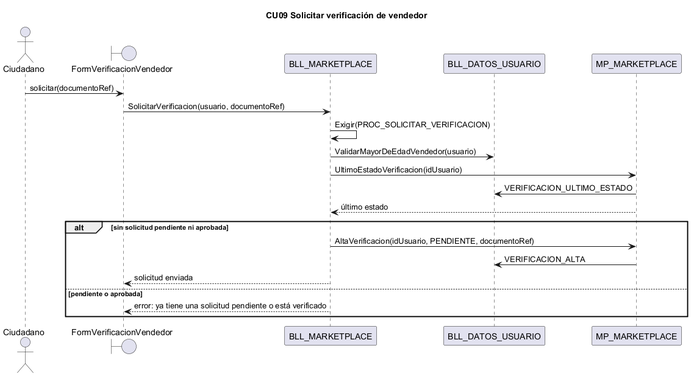
Above: docs/diagramas/secuencias_png/CU09.png in L-Muniz/uai-diploma_2026 (PlantUML), before the change.
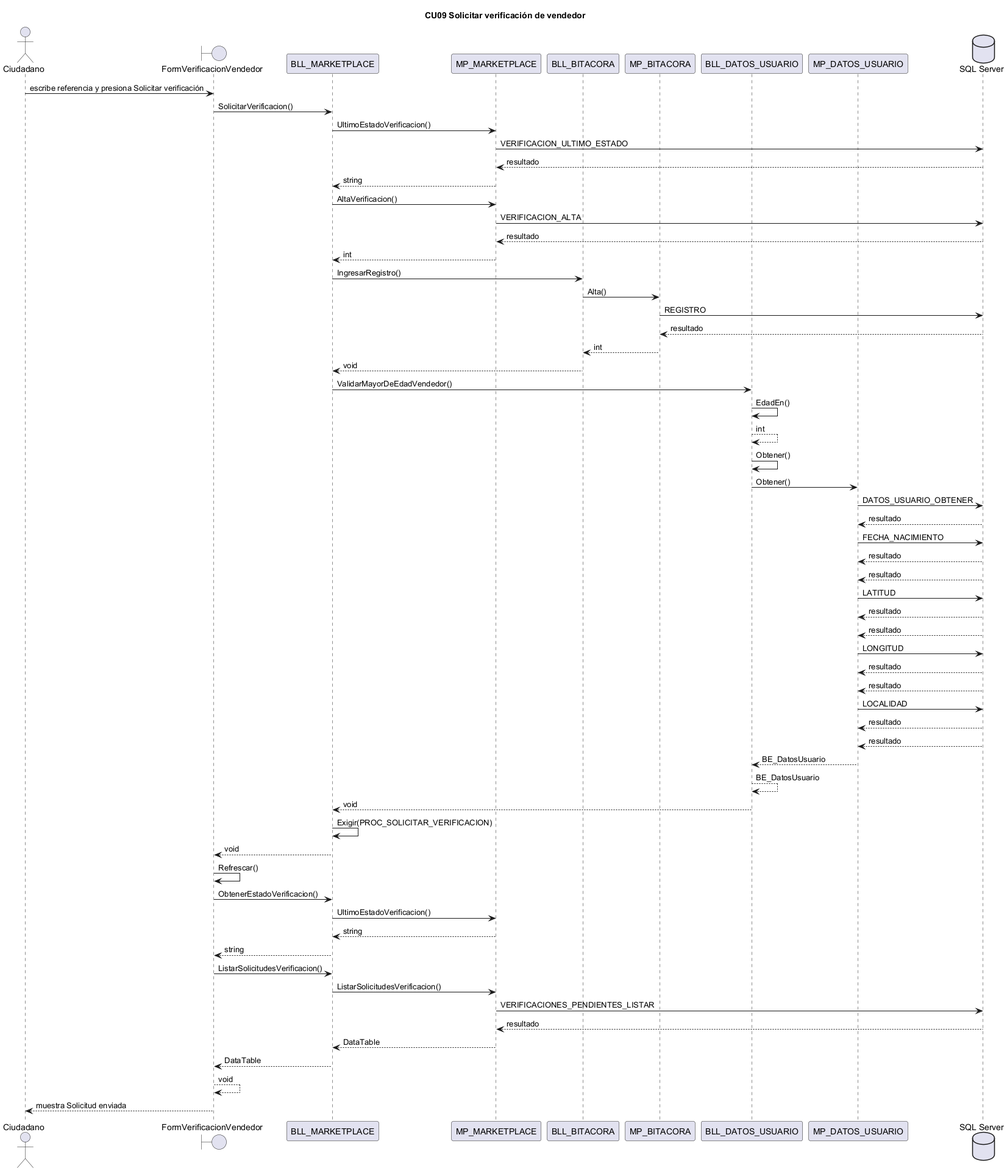
Later version of the same file.

Diff of the diagram source:
```diff
@@ -1,22 +1,65 @@
 @startuml CU09
 title CU09 Solicitar verificación de vendedor
-actor Ciudadano
-boundary "FormVerificacionVendedor" as IU
-participant "BLL_MARKETPLACE" as BLL
-participant "BLL_DATOS_USUARIO" as BD
-participant "MP_MARKETPLACE" as DAL
-Ciudadano -> IU : solicitar(documentoRef)
-IU -> BLL : SolicitarVerificacion(usuario, documentoRef)
-BLL -> BLL : Exigir(PROC_SOLICITAR_VERIFICACION)
-BLL -> BD : ValidarMayorDeEdadVendedor(usuario)
-BLL -> DAL : UltimoEstadoVerificacion(idUsuario)
-DAL -> BD : VERIFICACION_ULTIMO_ESTADO
-DAL --> BLL : último estado
-alt sin solicitud pendiente ni aprobada
-  BLL -> DAL : AltaVerificacion(idUsuario, PENDIENTE, documentoRef)
-DAL -> BD : VERIFICACION_ALTA
-  BLL --> IU : solicitud enviada
-else pendiente o aprobada
-  BLL --> IU : error: ya tiene una solicitud pendiente o está verificado
-end
+actor "Ciudadano" as ACT
+boundary FormVerificacionVendedor
+participant BLL_MARKETPLACE
+participant MP_MARKETPLACE
+participant BLL_BITACORA
+participant MP_BITACORA
+participant BLL_DATOS_USUARIO
+participant MP_DATOS_USUARIO
+database "SQL Server" as BD
+ACT -> FormVerificacionVendedor : escribe referencia y presiona Solicitar verificación
+FormVerificacionVendedor -> BLL_MARKETPLACE : SolicitarVerificacion()
+BLL_MARKETPLACE -> MP_MARKETPLACE : UltimoEstadoVerificacion()
+MP_MARKETPLACE -> BD : VERIFICACION_ULTIMO_ESTADO
+BD --> MP_MARKETPLACE : resultado
+MP_MARKETPLACE --> BLL_MARKETPLACE : string
+BLL_MARKETPLACE -> MP_MARKETPLACE : AltaVerificacion()
+MP_MARKETPLACE -> BD : VERIFICACION_ALTA
+BD --> MP_MARKETPLACE : resultado
+MP_MARKETPLACE --> BLL_MARKETPLACE : int
+BLL_MARKETPLACE -> BLL_BITACORA : IngresarRegistro()
+BLL_BITACORA -> MP_BITACORA : Alta()
+MP_BITACORA -> BD : REGISTRO
+BD --> MP_BITACORA : resultado
+MP_BITACORA --> BLL_BITACORA : int
+BLL_BITACORA --> BLL_MARKETPLACE : void
+BLL_MARKETPLACE -> BLL_DATOS_USUARIO : ValidarMayorDeEdadVendedor()
+BLL_DATOS_USUARIO -> BLL_DATOS_USUARIO : EdadEn()
+BLL_DATOS_USUARIO --> BLL_DATOS_USUARIO : int
+BLL_DATOS_USUARIO -> BLL_DATOS_USUARIO : Obtener()
+BLL_DATOS_USUARIO -> MP_DATOS_USUARIO : Obtener()
+MP_DATOS_USUARIO -> BD : DATOS_USUARIO_OBTENER
+BD --> MP_DATOS_USUARIO : resultado
+MP_DATOS_USUARIO -> BD : FECHA_NACIMIENTO
+BD --> MP_DATOS_USUARIO : resultado
+BD --> MP_DATOS_USUARIO : resultado
+MP_DATOS_USUARIO -> BD : LATITUD
+BD --> MP_DATOS_USUARIO : resultado
+BD --> MP_DATOS_USUARIO : resultado
+MP_DATOS_USUARIO -> BD : LONGITUD
+BD --> MP_DATOS_USUARIO : resultado
+BD --> MP_DATOS_USUARIO : resultado
+MP_DATOS_USUARIO -> BD : LOCALIDAD
+BD --> MP_DATOS_USUARIO : resultado
+BD --> MP_DATOS_USUARIO : resultado
+MP_DATOS_USUARIO --> BLL_DATOS_USUARIO : BE_DatosUsuario
+BLL_DATOS_USUARIO --> BLL_DATOS_USUARIO : BE_DatosUsuario
+BLL_DATOS_USUARIO --> BLL_MARKETPLACE : void
+BLL_MARKETPLACE -> BLL_MARKETPLACE : Exigir(PROC_SOLICITAR_VERIFICACION)
+BLL_MARKETPLACE --> FormVerificacionVendedor : void
+FormVerificacionVendedor -> FormVerificacionVendedor : Refrescar()
+FormVerificacionVendedor -> BLL_MARKETPLACE : ObtenerEstadoVerificacion()
+BLL_MARKETPLACE -> MP_MARKETPLACE : UltimoEstadoVerificacion()
+MP_MARKETPLACE --> BLL_MARKETPLACE : string
+BLL_MARKETPLACE --> FormVerificacionVendedor : string
+FormVerificacionVendedor -> BLL_MARKETPLACE : ListarSolicitudesVerificacion()
+BLL_MARKETPLACE -> MP_MARKETPLACE : ListarSolicitudesVerificacion()
+MP_MARKETPLACE -> BD : VERIFICACIONES_PENDIENTES_LISTAR
+BD --> MP_MARKETPLACE : resultado
+MP_MARKETPLACE --> BLL_MARKETPLACE : DataTable
+BLL_MARKETPLACE --> FormVerificacionVendedor : DataTable
+FormVerificacionVendedor --> FormVerificacionVendedor : void
+FormVerificacionVendedor --> ACT : muestra Solicitud enviada
 @enduml
```
